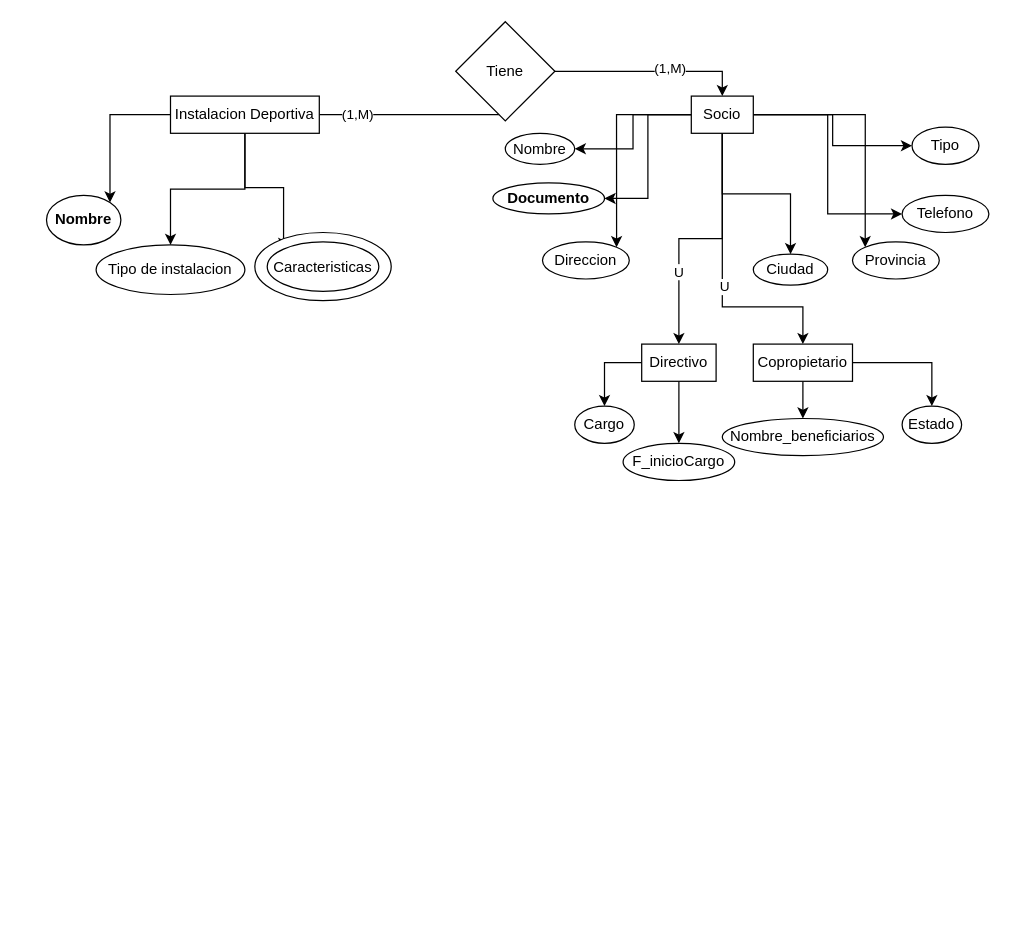
Earlier version of the draw.io diagram reservaInstalacionesDeportivas.drawio (jhosebro/Bases-de-datos). Source tidied: cells renumbered, new cells numbered last; positions are measured from the earlier drawing's top-left corner, leaving out a move shared by most shapes. Both pictures are drawn from the tidied source at 124%, with x=0, y=0 at pixel (46, 21).
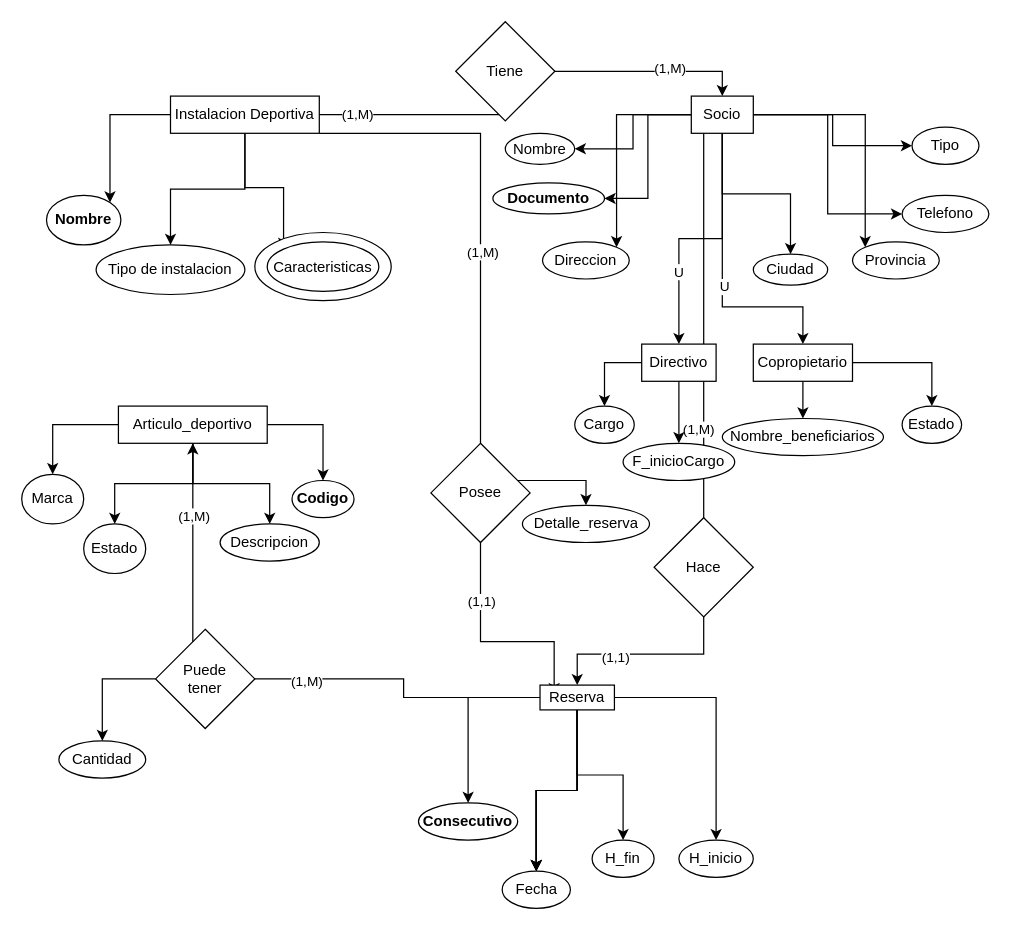
Above is the later version.

Unchanged cells that the change refers to:
```xml
<mxCell id="8" value="Instalacion Deportiva" style="rounded=0;whiteSpace=wrap;html=1;" parent="1" vertex="1">
  <mxGeometry x="100" y="60" width="120" height="30" as="geometry" />
</mxCell>
<mxCell id="24" value="Socio" style="rounded=0;whiteSpace=wrap;html=1;" parent="1" vertex="1">
  <mxGeometry x="520" y="60" width="50" height="30" as="geometry" />
</mxCell>
```

The edit, as a diff of the source:
```diff
@@
+    <mxCell id="43" style="edgeStyle=orthogonalEdgeStyle;rounded=0;jettySize=auto;html=1;entryX=0.19;entryY=0.37;entryDx=0;entryDy=0;entryPerimeter=0;" parent="1" edge="1" source="8" target="69">
+      <mxGeometry relative="1" as="geometry">
+        <Array as="points">
+          <mxPoint x="350" y="90" />
+          <mxPoint x="350" y="500" />
+          <mxPoint x="409" y="500" />
+        </Array>
+      </mxGeometry>
+    </mxCell>
+    <mxCell id="44" value="(1,1)" style="edgeLabel;html=1;align=center;verticalAlign=middle;" parent="43" vertex="1">
+      <mxGeometry x="0.58" relative="1" as="geometry" />
+    </mxCell>
+    <mxCell id="45" value="(1,M)" style="edgeLabel;html=1;align=center;verticalAlign=middle;" parent="43" vertex="1">
+      <mxGeometry x="-0.3" y="1" relative="1" as="geometry" />
+    </mxCell>
@@
+    <mxCell id="46" style="edgeStyle=orthogonalEdgeStyle;rounded=0;jettySize=auto;html=1;" parent="1" edge="1" source="24" target="69">
+      <mxGeometry relative="1" as="geometry">
+        <Array as="points">
+          <mxPoint x="530" y="510" />
+          <mxPoint x="428" y="510" />
+        </Array>
+      </mxGeometry>
+    </mxCell>
+    <mxCell id="47" value="(1,M)" style="edgeLabel;html=1;align=center;verticalAlign=middle;" parent="46" vertex="1">
+      <mxGeometry x="-0.13" y="-5" relative="1" as="geometry" />
+    </mxCell>
+    <mxCell id="48" value="(1,1)" style="edgeLabel;html=1;align=center;verticalAlign=middle;" parent="46" vertex="1">
+      <mxGeometry x="0.8" y="2" relative="1" as="geometry" />
+    </mxCell>
@@
+    <mxCell id="49" style="edgeStyle=orthogonalEdgeStyle;rounded=0;jettySize=auto;html=1;entryX=0.5;entryY=0;entryDx=0;entryDy=0;" parent="1" edge="1" source="53" target="55">
+      <mxGeometry relative="1" as="geometry" />
+    </mxCell>
+    <mxCell id="50" style="edgeStyle=orthogonalEdgeStyle;rounded=0;jettySize=auto;html=1;" parent="1" edge="1" source="53" target="54">
+      <mxGeometry relative="1" as="geometry" />
+    </mxCell>
+    <mxCell id="51" style="edgeStyle=orthogonalEdgeStyle;rounded=0;jettySize=auto;html=1;" parent="1" edge="1" source="53" target="56">
+      <mxGeometry relative="1" as="geometry" />
+    </mxCell>
+    <mxCell id="52" style="edgeStyle=orthogonalEdgeStyle;rounded=0;jettySize=auto;html=1;entryX=0.5;entryY=0;entryDx=0;entryDy=0;" parent="1" edge="1" source="53" target="57">
+      <mxGeometry relative="1" as="geometry" />
+    </mxCell>
+    <mxCell id="53" value="Articulo_deportivo" style="rounded=0;whiteSpace=wrap;html=1;" parent="1" vertex="1">
+      <mxGeometry x="58" y="310" width="120" height="30" as="geometry" />
+    </mxCell>
+    <mxCell id="54" value="Estado" style="ellipse;whiteSpace=wrap;html=1;" parent="1" vertex="1">
+      <mxGeometry x="30" y="405" width="50" height="40" as="geometry" />
+    </mxCell>
+    <mxCell id="55" value="Marca" style="ellipse;whiteSpace=wrap;html=1;" parent="1" vertex="1">
+      <mxGeometry x="-20" y="365" width="50" height="40" as="geometry" />
+    </mxCell>
+    <mxCell id="56" value="Descripcion" style="ellipse;whiteSpace=wrap;html=1;" parent="1" vertex="1">
+      <mxGeometry x="140" y="405" width="80" height="30" as="geometry" />
+    </mxCell>
+    <mxCell id="57" value="&lt;b&gt;Codigo&lt;/b&gt;" style="ellipse;whiteSpace=wrap;html=1;" parent="1" vertex="1">
+      <mxGeometry x="198" y="370" width="50" height="30" as="geometry" />
+    </mxCell>
+    <mxCell id="58" style="edgeStyle=orthogonalEdgeStyle;rounded=0;jettySize=auto;html=1;" parent="1" edge="1" source="69" target="71">
+      <mxGeometry relative="1" as="geometry" />
+    </mxCell>
+    <mxCell id="59" style="edgeStyle=orthogonalEdgeStyle;rounded=0;jettySize=auto;html=1;" parent="1" edge="1" source="69" target="70">
+      <mxGeometry relative="1" as="geometry" />
+    </mxCell>
+    <mxCell id="60" style="edgeStyle=orthogonalEdgeStyle;rounded=0;jettySize=auto;html=1;" parent="1" edge="1" source="69" target="72">
+      <mxGeometry relative="1" as="geometry" />
+    </mxCell>
+    <mxCell id="61" style="edgeStyle=orthogonalEdgeStyle;rounded=0;jettySize=auto;html=1;" parent="1" edge="1" source="69" target="71">
+      <mxGeometry relative="1" as="geometry" />
+    </mxCell>
+    <mxCell id="62" style="edgeStyle=orthogonalEdgeStyle;rounded=0;jettySize=auto;html=1;" parent="1" edge="1" source="69" target="71">
+      <mxGeometry relative="1" as="geometry" />
+    </mxCell>
+    <mxCell id="63" style="edgeStyle=orthogonalEdgeStyle;rounded=0;jettySize=auto;html=1;" parent="1" edge="1" source="69" target="71">
+      <mxGeometry relative="1" as="geometry" />
+    </mxCell>
+    <mxCell id="64" style="edgeStyle=orthogonalEdgeStyle;rounded=0;jettySize=auto;html=1;" parent="1" edge="1" source="69" target="71">
+      <mxGeometry relative="1" as="geometry" />
+    </mxCell>
+    <mxCell id="65" style="edgeStyle=orthogonalEdgeStyle;rounded=0;jettySize=auto;html=1;" parent="1" edge="1" source="69" target="73">
+      <mxGeometry relative="1" as="geometry" />
+    </mxCell>
+    <mxCell id="66" style="edgeStyle=orthogonalEdgeStyle;rounded=0;jettySize=auto;html=1;entryX=0.5;entryY=1;entryDx=0;entryDy=0;" parent="1" edge="1" source="69" target="53">
+      <mxGeometry relative="1" as="geometry">
+        <Array as="points">
+          <mxPoint x="288" y="545" />
+          <mxPoint x="288" y="530" />
+          <mxPoint x="118" y="530" />
+        </Array>
+      </mxGeometry>
+    </mxCell>
+    <mxCell id="67" value="(1,M)" style="edgeLabel;html=1;align=center;verticalAlign=middle;" parent="66" vertex="1">
+      <mxGeometry x="-0.16" y="1" relative="1" as="geometry" />
+    </mxCell>
+    <mxCell id="68" value="(1,M)" style="edgeLabel;html=1;align=center;verticalAlign=middle;" parent="66" vertex="1">
+      <mxGeometry x="0.76" relative="1" as="geometry" />
+    </mxCell>
+    <mxCell id="69" value="Reserva" style="rounded=0;whiteSpace=wrap;html=1;" parent="1" vertex="1">
+      <mxGeometry x="398" y="535" width="60" height="20" as="geometry" />
+    </mxCell>
+    <mxCell id="70" value="&lt;b&gt;Consecutivo&lt;/b&gt;" style="ellipse;whiteSpace=wrap;html=1;" parent="1" vertex="1">
+      <mxGeometry x="300" y="630" width="80" height="30" as="geometry" />
+    </mxCell>
+    <mxCell id="71" value="Fecha" style="ellipse;whiteSpace=wrap;html=1;" parent="1" vertex="1">
+      <mxGeometry x="367.5" y="685" width="55" height="30" as="geometry" />
+    </mxCell>
+    <mxCell id="72" value="H_inicio" style="ellipse;whiteSpace=wrap;html=1;rounded=0;" parent="1" vertex="1">
+      <mxGeometry x="510" y="660" width="60" height="30" as="geometry" />
+    </mxCell>
+    <mxCell id="73" value="H_fin" style="ellipse;whiteSpace=wrap;html=1;" parent="1" vertex="1">
+      <mxGeometry x="440" y="660" width="50" height="30" as="geometry" />
+    </mxCell>
+    <mxCell id="74" style="edgeStyle=orthogonalEdgeStyle;rounded=0;jettySize=auto;html=1;" parent="1" edge="1" source="75" target="80">
+      <mxGeometry relative="1" as="geometry" />
+    </mxCell>
+    <mxCell id="75" value="Puede&lt;br&gt;tener" style="rhombus;whiteSpace=wrap;html=1;" parent="1" vertex="1">
+      <mxGeometry x="88" y="490" width="80" height="80" as="geometry" />
+    </mxCell>
+    <mxCell id="76" value="Hace" style="rhombus;whiteSpace=wrap;html=1;" parent="1" vertex="1">
+      <mxGeometry x="490" y="400" width="80" height="80" as="geometry" />
+    </mxCell>
+    <mxCell id="77" style="edgeStyle=orthogonalEdgeStyle;rounded=0;jettySize=auto;html=1;entryX=0.5;entryY=0;entryDx=0;entryDy=0;" parent="1" edge="1" source="78" target="79">
+      <mxGeometry relative="1" as="geometry">
+        <Array as="points">
+          <mxPoint x="435" y="370" />
+        </Array>
+      </mxGeometry>
+    </mxCell>
+    <mxCell id="78" value="Posee" style="rhombus;whiteSpace=wrap;html=1;" parent="1" vertex="1">
+      <mxGeometry x="310" y="340" width="80" height="80" as="geometry" />
+    </mxCell>
+    <mxCell id="79" value="Detalle_reserva" style="ellipse;whiteSpace=wrap;html=1;" parent="1" vertex="1">
+      <mxGeometry x="383.8" y="390" width="102.5" height="30" as="geometry" />
+    </mxCell>
+    <mxCell id="80" value="Cantidad" style="ellipse;whiteSpace=wrap;html=1;" parent="1" vertex="1">
+      <mxGeometry x="10" y="580" width="70" height="30" as="geometry" />
+    </mxCell>
```
